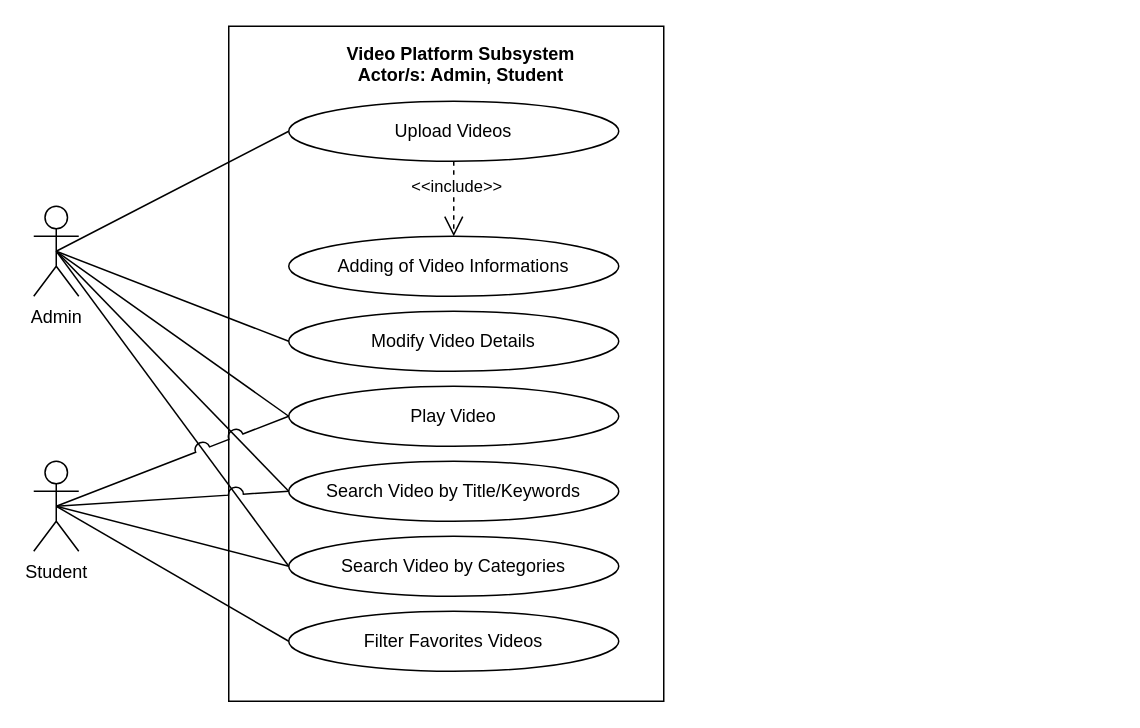
Earlier version of the draw.io diagram page "VSS" (4 of 10) of REVISIONS/UML-DIAGRAMS/6-28-2021/USE CASE/use case.drawio (mrklglsn/CAPSTONE-FILES). Source tidied: cells renumbered, new cells numbered last; positions are measured from the earlier drawing's top-left corner, leaving out a move shared by most shapes. Both pictures are drawn from the tidied source at 150%, with x=0, y=0 at pixel (33, 26).
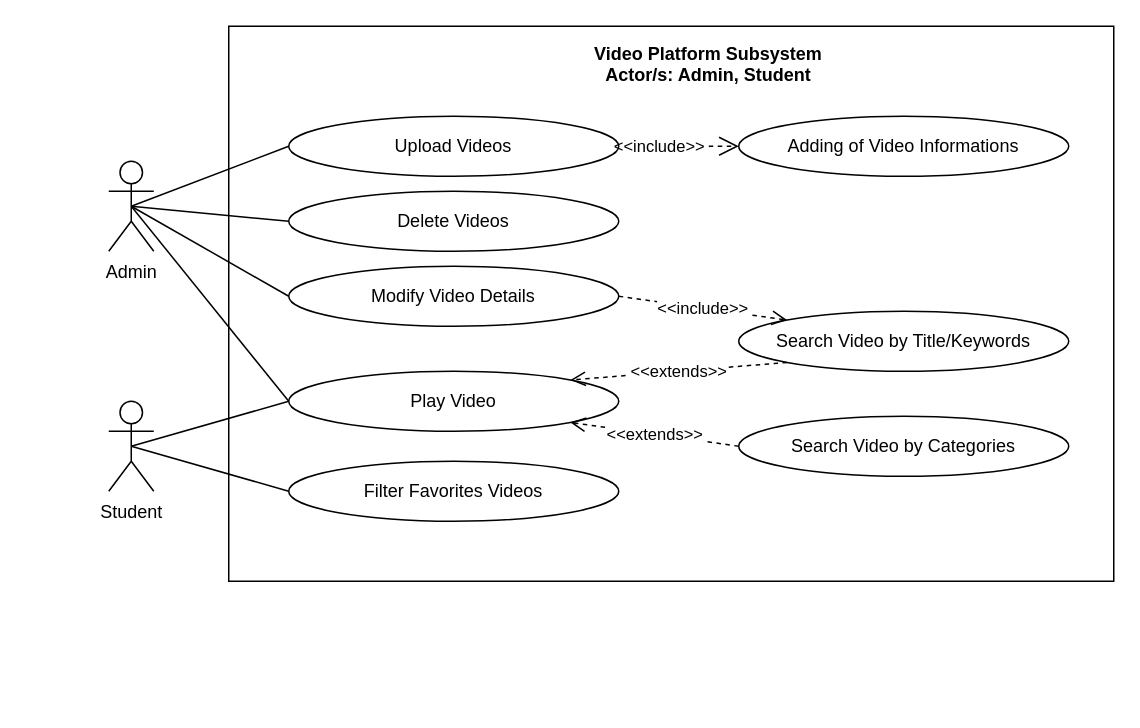
After the change.

Diff of the diagram source:
```diff
@@
     <mxCell id="2" style="html=1;fillColor=none;" parent="1" vertex="1">
-      <mxGeometry x="130" width="290" height="450" as="geometry" />
+      <mxGeometry x="130" width="590" height="370" as="geometry" />
     </mxCell>
@@
-    <mxCell id="6" style="edgeStyle=none;rounded=0;jumpStyle=arc;jumpSize=14;jettySize=auto;html=1;exitX=0.5;exitY=0.5;exitDx=0;exitDy=0;exitPerimeter=0;entryX=0;entryY=0.5;entryDx=0;entryDy=0;startArrow=none;startFill=0;endArrow=none;endFill=0;startSize=11;endSize=11;" parent="1" edge="1" source="8" target="15">
-      <mxGeometry relative="1" as="geometry" />
-    </mxCell>
-    <mxCell id="7" style="edgeStyle=none;rounded=0;jettySize=auto;html=1;exitX=0.5;exitY=0.5;exitDx=0;exitDy=0;exitPerimeter=0;entryX=0;entryY=0.5;entryDx=0;entryDy=0;endArrow=none;endFill=0;endSize=8;" parent="1" edge="1" source="8" target="22">
-      <mxGeometry relative="1" as="geometry" />
-    </mxCell>
+    <mxCell id="24" style="edgeStyle=none;rounded=0;jumpStyle=arc;jumpSize=10;jettySize=auto;html=1;exitX=0.5;exitY=0.5;exitDx=0;exitDy=0;exitPerimeter=0;entryX=0;entryY=0.5;entryDx=0;entryDy=0;endArrow=none;endFill=0;endSize=8;" parent="1" edge="1" source="8" target="28">
+      <mxGeometry relative="1" as="geometry" />
+    </mxCell>
     <mxCell id="8" value="Admin" style="shape=umlActor;verticalLabelPosition=bottom;verticalAlign=top;html=1;fillColor=none;" parent="1" vertex="1">
-      <mxGeometry y="120" width="30" height="60" as="geometry" />
+      <mxGeometry x="50" y="90" width="30" height="60" as="geometry" />
     </mxCell>
-    <mxCell id="9" style="edgeStyle=none;rounded=0;jumpStyle=arc;jumpSize=14;jettySize=auto;html=1;exitX=0.5;exitY=1;exitDx=0;exitDy=0;entryX=0.5;entryY=0;entryDx=0;entryDy=0;dashed=1;startArrow=none;startFill=0;endArrow=open;endFill=0;startSize=11;endSize=11;" parent="1" edge="1" source="11" target="13">
+    <mxCell id="9" style="edgeStyle=none;rounded=0;jumpStyle=arc;jumpSize=14;jettySize=auto;html=1;exitX=1;exitY=0.5;exitDx=0;exitDy=0;entryX=0;entryY=0.5;entryDx=0;entryDy=0;dashed=1;startArrow=none;startFill=0;endArrow=open;endFill=0;startSize=11;endSize=11;" parent="1" edge="1" source="11" target="13">
       <mxGeometry relative="1" as="geometry" />
     </mxCell>
@@
     <mxCell id="11" value="Upload Videos" style="ellipse;whiteSpace=wrap;html=1;fillColor=none;" parent="1" vertex="1">
-      <mxGeometry x="170" y="50" width="220" height="40" as="geometry" />
+      <mxGeometry x="170" y="60" width="220" height="40" as="geometry" />
     </mxCell>
     <mxCell id="12" value="Video Platform Subsystem&#10;Actor/s: Admin, Student" style="text;align=center;fontStyle=1;verticalAlign=middle;spacingLeft=3;spacingRight=3;strokeColor=none;fillColor=none;" parent="1" vertex="1">
-      <mxGeometry x="125" y="10" width="320" height="30" as="geometry" />
+      <mxGeometry x="290" y="10" width="320" height="30" as="geometry" />
     </mxCell>
     <mxCell id="13" value="Adding of Video Informations" style="ellipse;whiteSpace=wrap;html=1;fillColor=none;" parent="1" vertex="1">
-      <mxGeometry x="170" y="140" width="220" height="40" as="geometry" />
+      <mxGeometry x="470" y="60" width="220" height="40" as="geometry" />
     </mxCell>
+    <mxCell id="25" value="&amp;lt;&amp;lt;include&amp;gt;&amp;gt;" style="edgeStyle=none;rounded=0;jumpStyle=arc;jumpSize=10;jettySize=auto;html=1;exitX=1;exitY=0.5;exitDx=0;exitDy=0;entryX=0;entryY=0;entryDx=0;entryDy=0;endArrow=open;endFill=0;endSize=8;dashed=1;" parent="1" edge="1" source="14" target="15">
+      <mxGeometry relative="1" as="geometry" />
+    </mxCell>
     <mxCell id="14" value="Modify Video Details" style="ellipse;whiteSpace=wrap;html=1;fillColor=none;" parent="1" vertex="1">
-      <mxGeometry x="170" y="190" width="220" height="40" as="geometry" />
+      <mxGeometry x="170" y="160" width="220" height="40" as="geometry" />
     </mxCell>
     <mxCell id="15" value="Search Video by Title/Keywords" style="ellipse;whiteSpace=wrap;html=1;fillColor=none;" parent="1" vertex="1">
-      <mxGeometry x="170" y="290" width="220" height="40" as="geometry" />
+      <mxGeometry x="470" y="190" width="220" height="40" as="geometry" />
     </mxCell>
+    <mxCell id="26" value="&amp;lt;&amp;lt;extends&amp;gt;&amp;gt;" style="edgeStyle=none;rounded=0;jumpStyle=arc;jumpSize=10;jettySize=auto;html=1;exitX=0;exitY=1;exitDx=0;exitDy=0;entryX=1;entryY=0;entryDx=0;entryDy=0;dashed=1;endArrow=open;endFill=0;endSize=8;" parent="1" edge="1" source="15" target="16">
+      <mxGeometry relative="1" as="geometry" />
+    </mxCell>
     <mxCell id="16" value="Play Video" style="ellipse;whiteSpace=wrap;html=1;fillColor=none;" parent="1" vertex="1">
-      <mxGeometry x="170" y="240" width="220" height="40" as="geometry" />
+      <mxGeometry x="170" y="230" width="220" height="40" as="geometry" />
     </mxCell>
-    <mxCell id="17" style="edgeStyle=none;rounded=0;jumpStyle=arc;jumpSize=10;jettySize=auto;html=1;exitX=0.5;exitY=0.5;exitDx=0;exitDy=0;exitPerimeter=0;entryX=0;entryY=0.5;entryDx=0;entryDy=0;startArrow=none;startFill=0;endArrow=none;endFill=0;startSize=11;endSize=11;" parent="1" edge="1" source="21" target="15">
-      <mxGeometry relative="1" as="geometry" />
-    </mxCell>
@@
-    <mxCell id="19" style="edgeStyle=none;rounded=0;jettySize=auto;html=1;exitX=0.5;exitY=0.5;exitDx=0;exitDy=0;exitPerimeter=0;entryX=0;entryY=0.5;entryDx=0;entryDy=0;endArrow=none;endFill=0;endSize=8;" parent="1" edge="1" source="21" target="22">
-      <mxGeometry relative="1" as="geometry" />
-    </mxCell>
@@
     <mxCell id="21" value="Student" style="shape=umlActor;verticalLabelPosition=bottom;verticalAlign=top;html=1;fillColor=none;" parent="1" vertex="1">
-      <mxGeometry y="290" width="30" height="60" as="geometry" />
+      <mxGeometry x="50" y="250" width="30" height="60" as="geometry" />
     </mxCell>
+    <mxCell id="27" value="&amp;lt;&amp;lt;extends&amp;gt;&amp;gt;" style="edgeStyle=none;rounded=0;jumpStyle=arc;jumpSize=10;jettySize=auto;html=1;exitX=0;exitY=0.5;exitDx=0;exitDy=0;entryX=1;entryY=1;entryDx=0;entryDy=0;dashed=1;endArrow=open;endFill=0;endSize=8;" parent="1" edge="1" source="22" target="16">
+      <mxGeometry relative="1" as="geometry" />
+    </mxCell>
     <mxCell id="22" value="Search Video by Categories" style="ellipse;whiteSpace=wrap;html=1;fillColor=none;" parent="1" vertex="1">
-      <mxGeometry x="170" y="340" width="220" height="40" as="geometry" />
+      <mxGeometry x="470" y="260" width="220" height="40" as="geometry" />
     </mxCell>
     <mxCell id="23" value="Filter Favorites Videos" style="ellipse;whiteSpace=wrap;html=1;fillColor=none;" parent="1" vertex="1">
-      <mxGeometry x="170" y="390" width="220" height="40" as="geometry" />
+      <mxGeometry x="170" y="290" width="220" height="40" as="geometry" />
     </mxCell>
+    <mxCell id="28" value="Delete Videos" style="ellipse;whiteSpace=wrap;html=1;fillColor=none;" parent="1" vertex="1">
+      <mxGeometry x="170" y="110" width="220" height="40" as="geometry" />
+    </mxCell>
```
